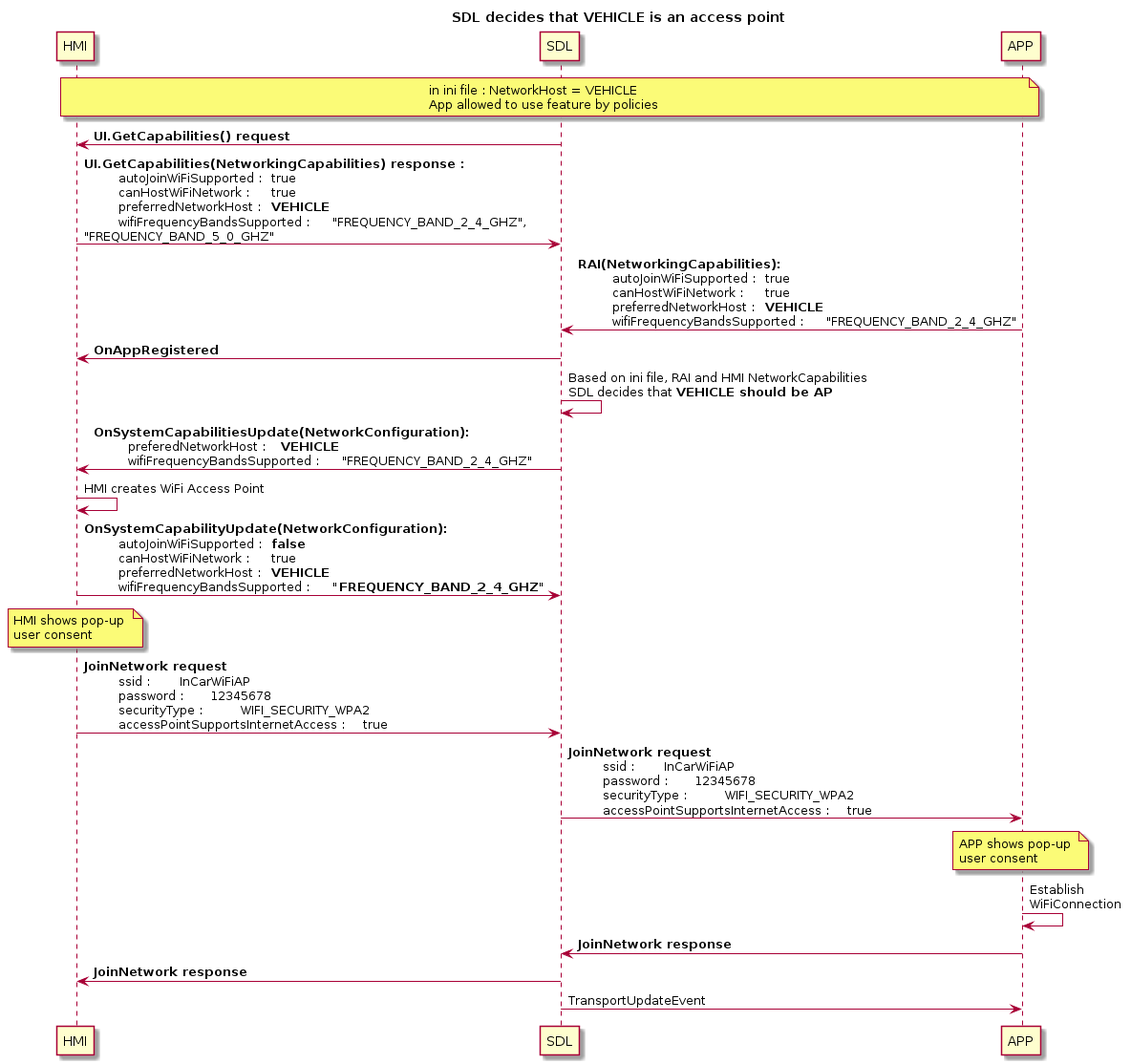
Above: assets/proposals/0245-sharing-wifi-ssid-and-password/vehicle_access_point.png in smartdevicelink/sdl_evolution (PlantUML), before the change. The source it was exported from:
```plantuml
@startuml ../assets/proposals/0245-sharing-wifi-ssid-and-password/vehicle_access_point
!pragma teoz true


title SDL decides that VEHICLE is an access point

participant HMI
participant SDL
participant APP

note over HMI, APP: in ini file : NetworkHost = VEHICLE \nApp allowed to use feature by policies

SDL -> HMI : <b>UI.GetCapabilities() request
HMI -> SDL : <b>UI.GetCapabilities(NetworkingCapabilities) response : \n\t autoJoinWiFiSupported : \t true \n\t canHostWiFiNetwork : \t true \n\t preferredNetworkHost : \t **VEHICLE** \n\t wifiFrequencyBandsSupported : \t "FREQUENCY_BAND_2_4_GHZ",\n"FREQUENCY_BAND_5_0_GHZ"


APP -> SDL : <b>RAI(NetworkingCapabilities): \n\t autoJoinWiFiSupported : \t true \n\t canHostWiFiNetwork : \t true \n\t preferredNetworkHost : \t **VEHICLE** \n\t wifiFrequencyBandsSupported : \t "FREQUENCY_BAND_2_4_GHZ"

SDL -> HMI : <b>OnAppRegistered

SDL -> SDL : Based on ini file, RAI and HMI NetworkCapabilities\nSDL decides that **VEHICLE should be AP**

SDL -> HMI:  <b>OnSystemCapabilitiesUpdate(NetworkConfiguration): \n\t preferedNetworkHost : \t **VEHICLE** \n\t wifiFrequencyBandsSupported : \t "FREQUENCY_BAND_2_4_GHZ"

HMI -> HMI : HMI creates WiFi Access Point

HMI -> SDL:  <b>OnSystemCapabilityUpdate(NetworkConfiguration): \n\t autoJoinWiFiSupported : \t **false** \n\t canHostWiFiNetwork : \t true \n\t preferredNetworkHost : \t **VEHICLE** \n\t wifiFrequencyBandsSupported : \t <b>"FREQUENCY_BAND_2_4_GHZ"

note over HMI: HMI shows pop-up \nuser consent

HMI -> SDL: <b>JoinNetwork request\n\t ssid : \t InCarWiFiAP \n\t password : \t 12345678 \n\t securityType : \t WIFI_SECURITY_WPA2 \n\t accessPointSupportsInternetAccess : \t true

SDL -> APP: <b>JoinNetwork request\n\t ssid : \t InCarWiFiAP \n\t password : \t 12345678 \n\t securityType : \t WIFI_SECURITY_WPA2 \n\t accessPointSupportsInternetAccess : \t true

note over APP: APP shows pop-up \nuser consent

APP -> APP : Establish \nWiFiConnection

APP -> SDL : <b>JoinNetwork response
SDL -> HMI : <b>JoinNetwork response

SDL -> APP: TransportUpdateEvent
@enduml
```
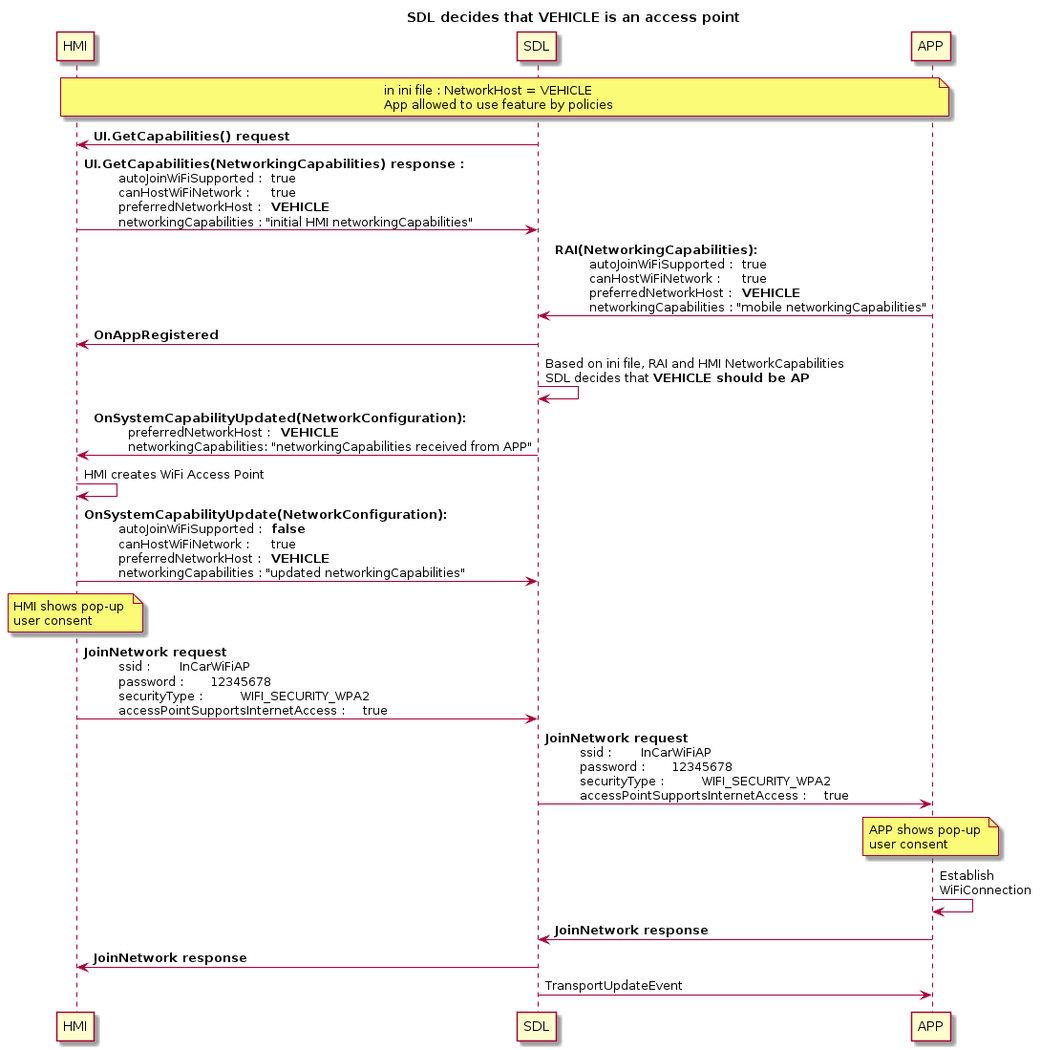
After the change.

Commit message:
Missspelling OnSystemCapabilityUpdated

The edit, as a diff of the source:
```diff
@@ -11,20 +11,18 @@
 note over HMI, APP: in ini file : NetworkHost = VEHICLE \nApp allowed to use feature by policies
 
 SDL -> HMI : <b>UI.GetCapabilities() request
-HMI -> SDL : <b>UI.GetCapabilities(NetworkingCapabilities) response : \n\t autoJoinWiFiSupported : \t true \n\t canHostWiFiNetwork : \t true \n\t preferredNetworkHost : \t **VEHICLE** \n\t wifiFrequencyBandsSupported : \t "FREQUENCY_BAND_2_4_GHZ",\n"FREQUENCY_BAND_5_0_GHZ"
+HMI -> SDL : <b>UI.GetCapabilities(NetworkingCapabilities) response : \n\t autoJoinWiFiSupported : \t true \n\t canHostWiFiNetwork : \t true \n\t preferredNetworkHost : \t **VEHICLE** \n\t networkingCapabilities : "initial HMI networkingCapabilities"
 
-
-APP -> SDL : <b>RAI(NetworkingCapabilities): \n\t autoJoinWiFiSupported : \t true \n\t canHostWiFiNetwork : \t true \n\t preferredNetworkHost : \t **VEHICLE** \n\t wifiFrequencyBandsSupported : \t "FREQUENCY_BAND_2_4_GHZ"
+APP -> SDL : <b>RAI(NetworkingCapabilities): \n\t autoJoinWiFiSupported : \t true \n\t canHostWiFiNetwork : \t true \n\t preferredNetworkHost : \t **VEHICLE** \n\t networkingCapabilities : "mobile networkingCapabilities"
 
 SDL -> HMI : <b>OnAppRegistered
 
 SDL -> SDL : Based on ini file, RAI and HMI NetworkCapabilities\nSDL decides that **VEHICLE should be AP**
 
-SDL -> HMI:  <b>OnSystemCapabilitiesUpdate(NetworkConfiguration): \n\t preferedNetworkHost : \t **VEHICLE** \n\t wifiFrequencyBandsSupported : \t "FREQUENCY_BAND_2_4_GHZ"
-
+SDL -> HMI:  <b>OnSystemCapabilityUpdated(NetworkConfiguration): \n\t preferredNetworkHost : \t **VEHICLE** \n\t networkingCapabilities: "networkingCapabilities received from APP"
 HMI -> HMI : HMI creates WiFi Access Point
 
-HMI -> SDL:  <b>OnSystemCapabilityUpdate(NetworkConfiguration): \n\t autoJoinWiFiSupported : \t **false** \n\t canHostWiFiNetwork : \t true \n\t preferredNetworkHost : \t **VEHICLE** \n\t wifiFrequencyBandsSupported : \t <b>"FREQUENCY_BAND_2_4_GHZ"
+HMI -> SDL:  <b>OnSystemCapabilityUpdate(NetworkConfiguration): \n\t autoJoinWiFiSupported : \t **false** \n\t canHostWiFiNetwork : \t true \n\t preferredNetworkHost : \t **VEHICLE** \n\t networkingCapabilities : "updated networkingCapabilities"
 
 note over HMI: HMI shows pop-up \nuser consent
 
```
